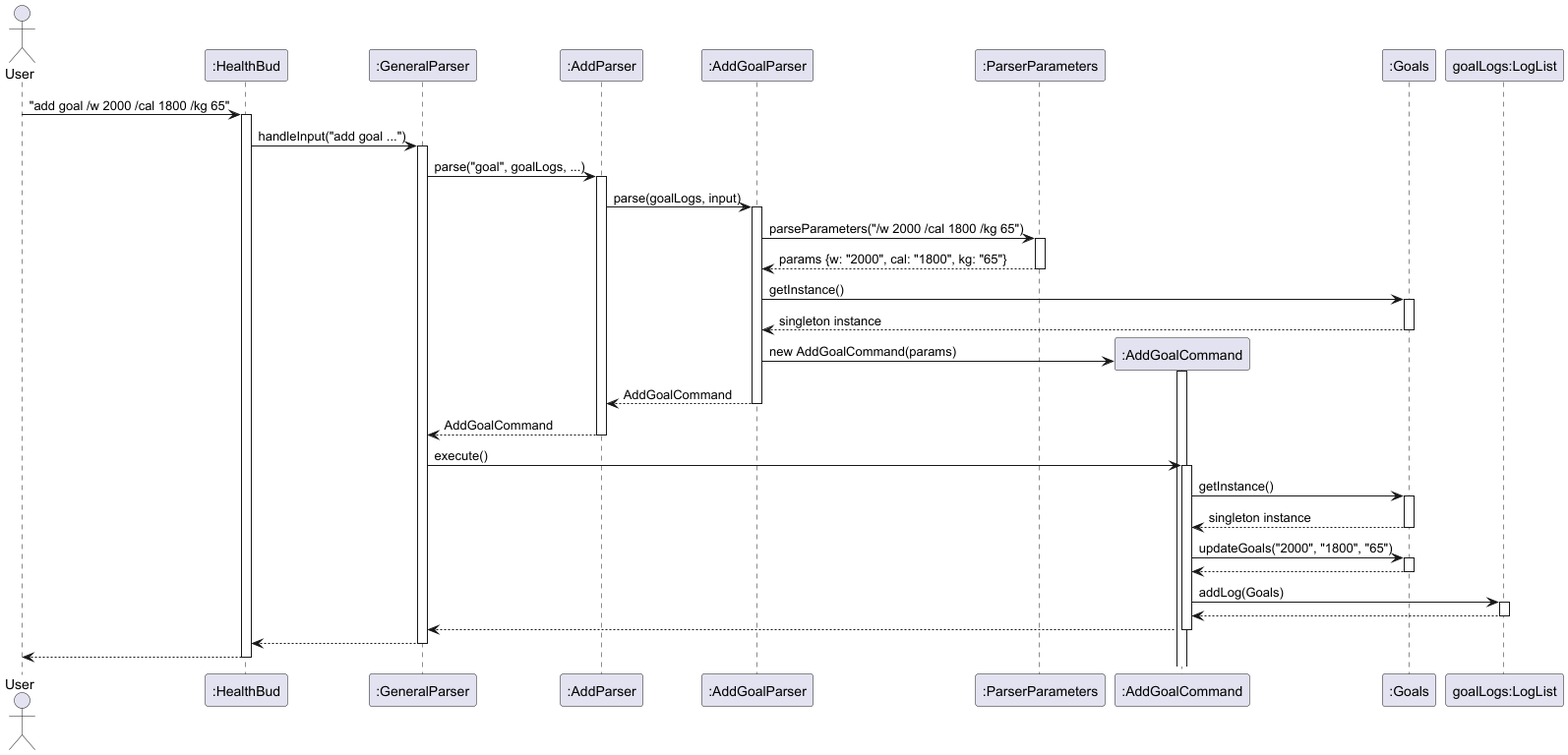
This is docs/images/GoalSD.png from Jasonlobo21/tp, a PlantUML export, as it was before one commit.
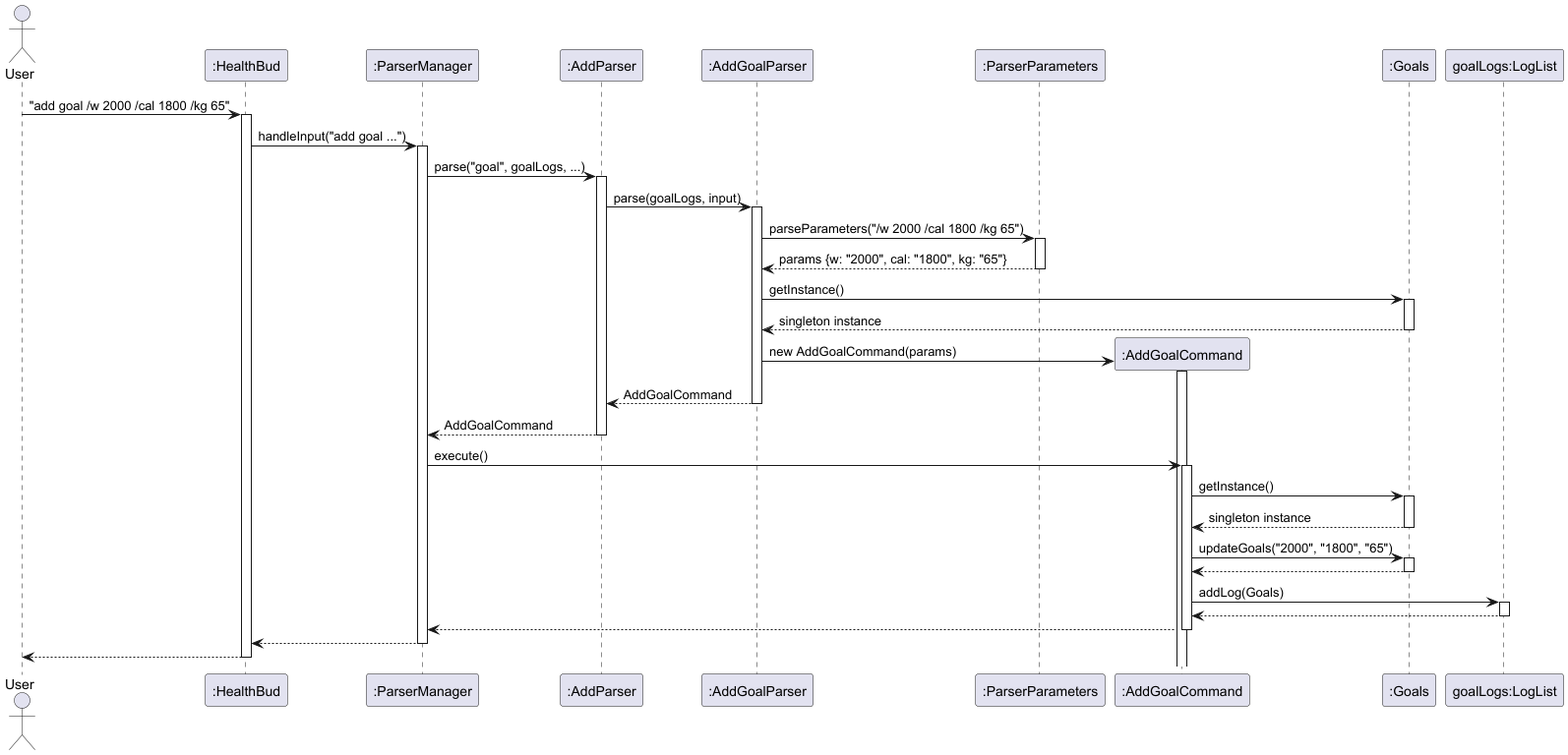
After the commit.

Change to the diagram source:
```diff
@@ -1,7 +1,7 @@
 @startuml
 actor User
 participant ":HealthBud" as HealthBud
-participant ":GeneralParser" as GeneralParser
+participant ":ParserManager" as ParserManager
 participant ":AddParser" as AddParser
 participant ":AddGoalParser" as AddGoalParser
 participant ":ParserParameters" as ParserParameters
@@ -12,10 +12,10 @@
 User -> HealthBud : "add goal /w 2000 /cal 1800 /kg 65"
 activate HealthBud
 
-HealthBud -> GeneralParser : handleInput("add goal ...")
-activate GeneralParser
+HealthBud -> ParserManager : handleInput("add goal ...")
+activate ParserManager
 
-GeneralParser -> AddParser : parse("goal", goalLogs, ...)
+ParserManager -> AddParser : parse("goal", goalLogs, ...)
 activate AddParser
 
 AddParser -> AddGoalParser : parse(goalLogs, input)
@@ -23,11 +23,13 @@
 
 AddGoalParser -> ParserParameters : parseParameters("/w 2000 /cal 1800 /kg 65")
 activate ParserParameters
+
 ParserParameters --> AddGoalParser : params {w: "2000", cal: "1800", kg: "65"}
 deactivate ParserParameters
 
 AddGoalParser -> Goals : getInstance()
 activate Goals
+
 Goals --> AddGoalParser : singleton instance
 deactivate Goals
 
@@ -37,10 +39,10 @@
 AddGoalParser --> AddParser : AddGoalCommand
 deactivate AddGoalParser
 
-AddParser --> GeneralParser : AddGoalCommand
+AddParser --> ParserManager : AddGoalCommand
 deactivate AddParser
 
-GeneralParser -> AddGoalCommand : execute()
+ParserManager -> AddGoalCommand : execute()
 activate AddGoalCommand
 
 AddGoalCommand -> Goals : getInstance()
@@ -55,14 +57,15 @@
 
 AddGoalCommand -> LogList : addLog(Goals)
 activate LogList
+
 LogList --> AddGoalCommand
 deactivate LogList
 
-AddGoalCommand --> GeneralParser
+AddGoalCommand --> ParserManager
 deactivate AddGoalCommand
 
-GeneralParser --> HealthBud
-deactivate GeneralParser
+ParserManager --> HealthBud
+deactivate ParserManager
 
 HealthBud --> User
 deactivate HealthBud
```
